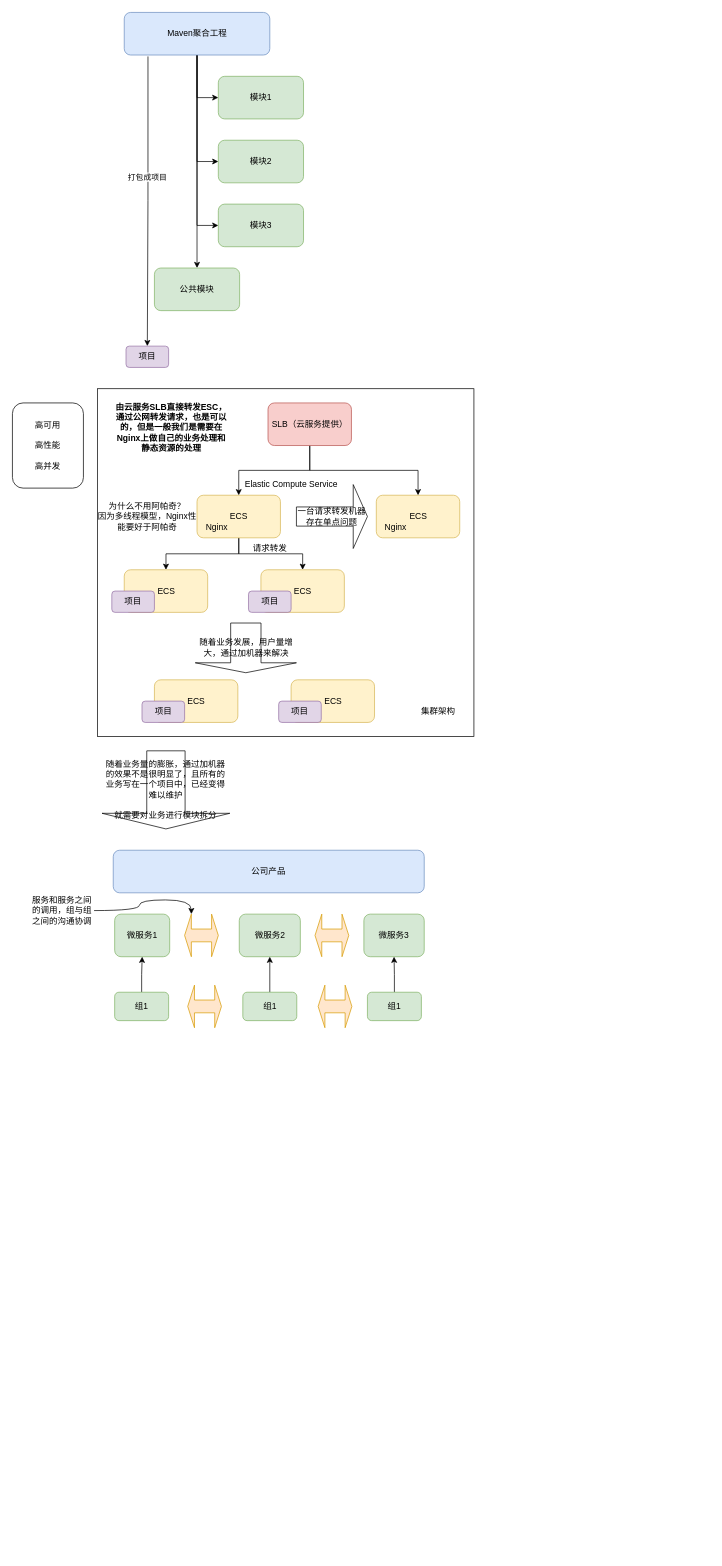
The draw.io diagram src/main/resources/sangao/三高架构及技术选型.drawio in zhansc/interview, before the edit. Source tidied: cells renumbered, new cells numbered last; positions are measured from the earlier drawing's top-left corner, leaving out a move shared by most shapes. Both pictures are drawn from the tidied source at 71%, with x=0, y=0 at pixel (12, 12).
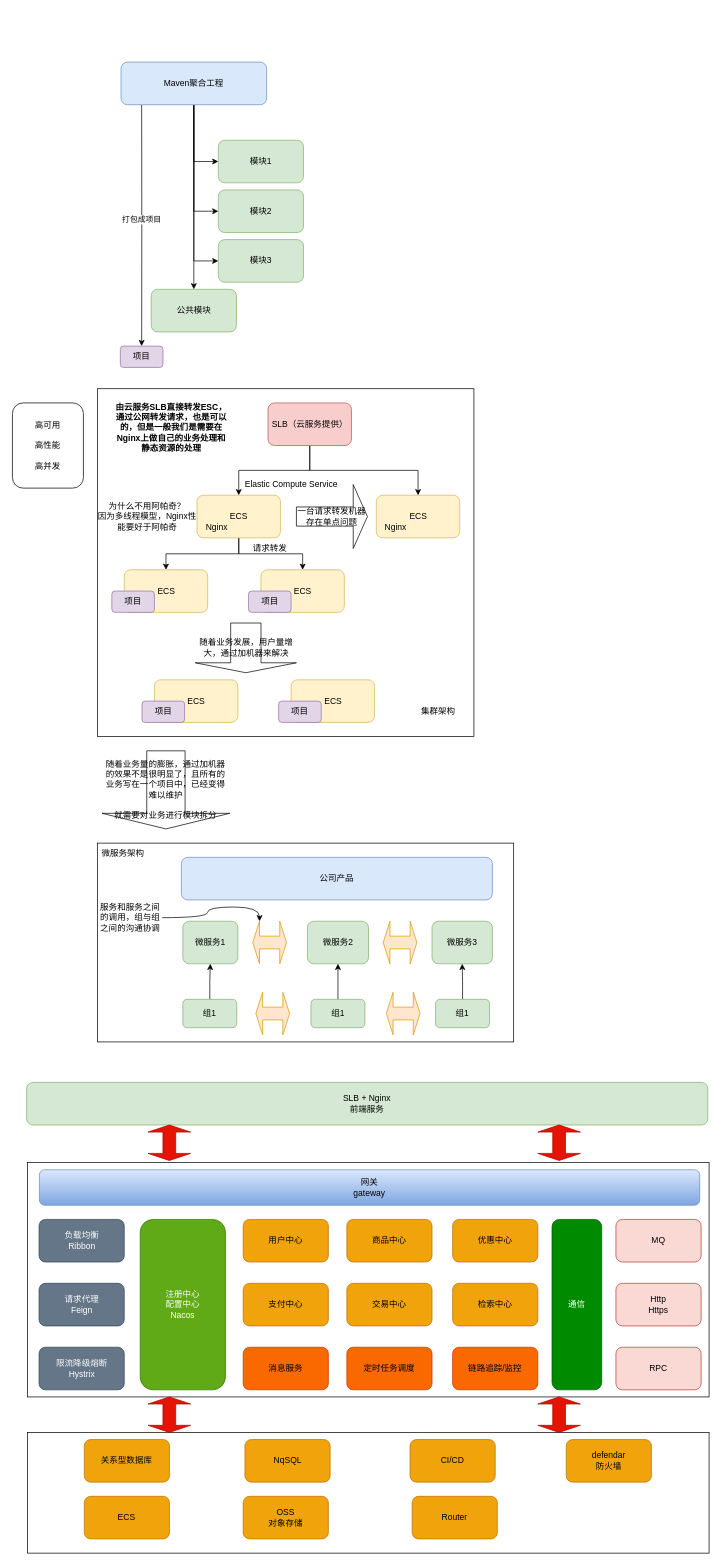
The same page after the edit.

Commit message:
增加整体架构图

Diff of the diagram source:
```diff
@@
+    <mxCell id="57" style="rounded=0;whiteSpace=wrap;html=1;" parent="1" vertex="1">
+      <mxGeometry x="21.2" y="1620" width="960" height="330" as="geometry" />
+    </mxCell>
+    <mxCell id="58" style="rounded=0;whiteSpace=wrap;html=1;" parent="1" vertex="1">
+      <mxGeometry x="21.2" y="2000" width="960" height="170" as="geometry" />
+    </mxCell>
+    <mxCell id="59" style="rounded=0;whiteSpace=wrap;html=1;" parent="1" vertex="1">
+      <mxGeometry x="120" y="1170" width="586" height="280" as="geometry" />
+    </mxCell>
@@
-    <mxCell id="7" style="edgeStyle=orthogonalEdgeStyle;rounded=0;jettySize=auto;html=1;exitX=0.163;exitY=1.033;exitDx=0;exitDy=0;exitPerimeter=0;" parent="1" edge="1" source="9" target="14">
-      <mxGeometry relative="1" as="geometry" />
+    <mxCell id="7" style="edgeStyle=orthogonalEdgeStyle;rounded=0;jettySize=auto;html=1;curved=1;" parent="1" edge="1" target="14">
+      <mxGeometry relative="1" as="geometry">
+        <mxPoint x="182" y="130" as="sourcePoint" />
+      </mxGeometry>
     </mxCell>
     <mxCell id="8" value="打包成项目" style="edgeLabel;html=1;align=center;verticalAlign=middle;" parent="7" vertex="1">
-      <mxGeometry x="-0.17" y="-1" relative="1" as="geometry" />
+      <mxGeometry x="-0.17" y="-1" relative="1" as="geometry">
+        <mxPoint y="20" as="offset" />
+      </mxGeometry>
     </mxCell>
     <mxCell id="9" value="Maven聚合工程" style="rounded=1;whiteSpace=wrap;html=1;fillColor=#dae8fc;strokeColor=#6c8ebf;" parent="1" vertex="1">
-      <mxGeometry x="157.5" width="205" height="60" as="geometry" />
+      <mxGeometry x="153" y="70" width="205" height="60" as="geometry" />
     </mxCell>
     <mxCell id="10" value="模块1" style="rounded=1;whiteSpace=wrap;html=1;fillColor=#d5e8d4;strokeColor=#82b366;" parent="1" vertex="1">
-      <mxGeometry x="290" y="90" width="120" height="60" as="geometry" />
+      <mxGeometry x="290" y="180" width="120" height="60" as="geometry" />
     </mxCell>
     <mxCell id="11" value="模块3" style="rounded=1;whiteSpace=wrap;html=1;fillColor=#d5e8d4;strokeColor=#82b366;" parent="1" vertex="1">
-      <mxGeometry x="290" y="270" width="120" height="60" as="geometry" />
+      <mxGeometry x="290" y="320" width="120" height="60" as="geometry" />
     </mxCell>
     <mxCell id="12" value="模块2" style="rounded=1;whiteSpace=wrap;html=1;fillColor=#d5e8d4;strokeColor=#82b366;" parent="1" vertex="1">
-      <mxGeometry x="290" y="180" width="120" height="60" as="geometry" />
+      <mxGeometry x="290" y="250" width="120" height="60" as="geometry" />
     </mxCell>
     <mxCell id="13" value="公共模块" style="rounded=1;whiteSpace=wrap;html=1;fillColor=#d5e8d4;strokeColor=#82b366;" parent="1" vertex="1">
-      <mxGeometry x="200" y="360" width="120" height="60" as="geometry" />
+      <mxGeometry x="195.5" y="390" width="120" height="60" as="geometry" />
     </mxCell>
     <mxCell id="14" value="项目" style="rounded=1;whiteSpace=wrap;html=1;fillColor=#e1d5e7;strokeColor=#9673a6;" parent="1" vertex="1">
-      <mxGeometry x="160" y="470" width="60" height="30" as="geometry" />
+      <mxGeometry x="152" y="470" width="60" height="30" as="geometry" />
     </mxCell>
@@
     <mxCell id="41" value="公司产品" style="rounded=1;whiteSpace=wrap;html=1;fillColor=#dae8fc;strokeColor=#6c8ebf;" parent="1" vertex="1">
-      <mxGeometry x="142" y="1180" width="438" height="60" as="geometry" />
+      <mxGeometry x="238" y="1190" width="438" height="60" as="geometry" />
     </mxCell>
     <mxCell id="42" value="微服务1" style="rounded=1;whiteSpace=wrap;html=1;fillColor=#d5e8d4;strokeColor=#82b366;" parent="1" vertex="1">
-      <mxGeometry x="144" y="1270" width="77.5" height="60" as="geometry" />
+      <mxGeometry x="240" y="1280" width="77.5" height="60" as="geometry" />
     </mxCell>
     <mxCell id="43" value="微服务3" style="rounded=1;whiteSpace=wrap;html=1;fillColor=#d5e8d4;strokeColor=#82b366;" parent="1" vertex="1">
-      <mxGeometry x="495" y="1270" width="85" height="60" as="geometry" />
+      <mxGeometry x="591" y="1280" width="85" height="60" as="geometry" />
     </mxCell>
     <mxCell id="44" value="微服务2" style="rounded=1;whiteSpace=wrap;html=1;fillColor=#d5e8d4;strokeColor=#82b366;" parent="1" vertex="1">
-      <mxGeometry x="319.5" y="1270" width="86" height="60" as="geometry" />
+      <mxGeometry x="415.5" y="1280" width="86" height="60" as="geometry" />
     </mxCell>
     <mxCell id="45" style="shape=doubleArrow;whiteSpace=wrap;html=1;fillColor=#ffe6cc;strokeColor=#d79b00;" parent="1" vertex="1">
-      <mxGeometry x="242.5" y="1270" width="47.5" height="60" as="geometry" />
+      <mxGeometry x="338.5" y="1280" width="47.5" height="60" as="geometry" />
     </mxCell>
     <mxCell id="46" style="shape=doubleArrow;whiteSpace=wrap;html=1;fillColor=#ffe6cc;strokeColor=#d79b00;" parent="1" vertex="1">
-      <mxGeometry x="426.2" y="1270" width="47.5" height="60" as="geometry" />
+      <mxGeometry x="522.2" y="1280" width="47.5" height="60" as="geometry" />
     </mxCell>
@@
     <mxCell id="48" value="组1" style="rounded=1;whiteSpace=wrap;html=1;fillColor=#d5e8d4;strokeColor=#82b366;" parent="1" vertex="1">
-      <mxGeometry x="144" y="1380" width="76" height="40" as="geometry" />
+      <mxGeometry x="240" y="1390" width="76" height="40" as="geometry" />
     </mxCell>
@@
     <mxCell id="50" value="组1" style="rounded=1;whiteSpace=wrap;html=1;fillColor=#d5e8d4;strokeColor=#82b366;" parent="1" vertex="1">
-      <mxGeometry x="500" y="1380" width="76" height="40" as="geometry" />
+      <mxGeometry x="596" y="1390" width="76" height="40" as="geometry" />
     </mxCell>
@@
     <mxCell id="52" value="组1" style="rounded=1;whiteSpace=wrap;html=1;fillColor=#d5e8d4;strokeColor=#82b366;" parent="1" vertex="1">
-      <mxGeometry x="324.5" y="1380" width="76" height="40" as="geometry" />
+      <mxGeometry x="420.5" y="1390" width="76" height="40" as="geometry" />
     </mxCell>
     <mxCell id="53" style="shape=doubleArrow;whiteSpace=wrap;html=1;fillColor=#ffe6cc;strokeColor=#d79b00;" parent="1" vertex="1">
-      <mxGeometry x="246.9" y="1370" width="47.5" height="60" as="geometry" />
+      <mxGeometry x="342.9" y="1380" width="47.5" height="60" as="geometry" />
     </mxCell>
     <mxCell id="54" style="shape=doubleArrow;whiteSpace=wrap;html=1;fillColor=#ffe6cc;strokeColor=#d79b00;" parent="1" vertex="1">
-      <mxGeometry x="430.6" y="1370" width="47.5" height="60" as="geometry" />
+      <mxGeometry x="526.6" y="1380" width="47.5" height="60" as="geometry" />
     </mxCell>
@@
     <mxCell id="56" value="服务和服务之间的调用，组与组之间的沟通协调" style="text;html=1;strokeColor=none;fillColor=none;align=center;verticalAlign=middle;whiteSpace=wrap;rounded=0;" parent="1" vertex="1">
-      <mxGeometry x="25" y="1230" width="90" height="70" as="geometry" />
+      <mxGeometry x="121" y="1240" width="90" height="70" as="geometry" />
     </mxCell>
+    <mxCell id="60" value="微服务架构" style="text;html=1;strokeColor=none;fillColor=none;align=center;verticalAlign=middle;whiteSpace=wrap;rounded=0;" parent="1" vertex="1">
+      <mxGeometry x="121" y="1170" width="70" height="30" as="geometry" />
+    </mxCell>
+    <mxCell id="61" value="SLB + Nginx&lt;br&gt;前端服务" style="rounded=1;whiteSpace=wrap;html=1;fillColor=#d5e8d4;strokeColor=#82b366;" parent="1" vertex="1">
+      <mxGeometry x="20" y="1507" width="959.4" height="60" as="geometry" />
+    </mxCell>
+    <mxCell id="62" value="网关&lt;br&gt;gateway" style="rounded=1;whiteSpace=wrap;html=1;fillColor=#dae8fc;strokeColor=#6c8ebf;gradientColor=#7ea6e0;" parent="1" vertex="1">
+      <mxGeometry x="38" y="1630" width="930" height="50" as="geometry" />
+    </mxCell>
+    <mxCell id="63" value="负载均衡&lt;br&gt;Ribbon" style="rounded=1;whiteSpace=wrap;html=1;fillColor=#647687;fontColor=#ffffff;strokeColor=#314354;" parent="1" vertex="1">
+      <mxGeometry x="37.5" y="1700" width="120" height="60" as="geometry" />
+    </mxCell>
+    <mxCell id="64" value="请求代理&lt;br&gt;Feign" style="rounded=1;whiteSpace=wrap;html=1;fillColor=#647687;fontColor=#ffffff;strokeColor=#314354;" parent="1" vertex="1">
+      <mxGeometry x="37.5" y="1790" width="120" height="60" as="geometry" />
+    </mxCell>
+    <mxCell id="65" value="限流降级熔断&lt;br&gt;Hystrix" style="rounded=1;whiteSpace=wrap;html=1;fillColor=#647687;fontColor=#ffffff;strokeColor=#314354;" parent="1" vertex="1">
+      <mxGeometry x="37.5" y="1880" width="120" height="60" as="geometry" />
+    </mxCell>
+    <mxCell id="66" value="注册中心&lt;br&gt;配置中心&lt;br&gt;Nacos" style="rounded=1;whiteSpace=wrap;html=1;fillColor=#60a917;fontColor=#ffffff;strokeColor=#2D7600;" parent="1" vertex="1">
+      <mxGeometry x="180" y="1700" width="120" height="240" as="geometry" />
+    </mxCell>
+    <mxCell id="67" value="用户中心" style="rounded=1;whiteSpace=wrap;html=1;fillColor=#f0a30a;fontColor=#000000;strokeColor=#BD7000;" parent="1" vertex="1">
+      <mxGeometry x="325" y="1700" width="120" height="60" as="geometry" />
+    </mxCell>
+    <mxCell id="68" value="定时任务调度" style="rounded=1;whiteSpace=wrap;html=1;fillColor=#fa6800;fontColor=#000000;strokeColor=#C73500;" parent="1" vertex="1">
+      <mxGeometry x="471" y="1880" width="120" height="60" as="geometry" />
+    </mxCell>
+    <mxCell id="69" value="交易中心" style="rounded=1;whiteSpace=wrap;html=1;fillColor=#f0a30a;fontColor=#000000;strokeColor=#BD7000;" parent="1" vertex="1">
+      <mxGeometry x="471" y="1790" width="120" height="60" as="geometry" />
+    </mxCell>
+    <mxCell id="70" value="商品中心" style="rounded=1;whiteSpace=wrap;html=1;fillColor=#f0a30a;fontColor=#000000;strokeColor=#BD7000;" parent="1" vertex="1">
+      <mxGeometry x="471" y="1700" width="120" height="60" as="geometry" />
+    </mxCell>
+    <mxCell id="71" value="消息服务" style="rounded=1;whiteSpace=wrap;html=1;fillColor=#fa6800;fontColor=#000000;strokeColor=#C73500;" parent="1" vertex="1">
+      <mxGeometry x="325" y="1880" width="120" height="60" as="geometry" />
+    </mxCell>
+    <mxCell id="72" value="支付中心" style="rounded=1;whiteSpace=wrap;html=1;fillColor=#f0a30a;fontColor=#000000;strokeColor=#BD7000;" parent="1" vertex="1">
+      <mxGeometry x="325" y="1790" width="120" height="60" as="geometry" />
+    </mxCell>
+    <mxCell id="73" value="链路追踪/监控" style="rounded=1;whiteSpace=wrap;html=1;fillColor=#fa6800;fontColor=#000000;strokeColor=#C73500;" parent="1" vertex="1">
+      <mxGeometry x="620" y="1880" width="120" height="60" as="geometry" />
+    </mxCell>
+    <mxCell id="74" value="检索中心" style="rounded=1;whiteSpace=wrap;html=1;fillColor=#f0a30a;fontColor=#000000;strokeColor=#BD7000;" parent="1" vertex="1">
+      <mxGeometry x="620" y="1790" width="120" height="60" as="geometry" />
+    </mxCell>
+    <mxCell id="75" value="优惠中心" style="rounded=1;whiteSpace=wrap;html=1;fillColor=#f0a30a;fontColor=#000000;strokeColor=#BD7000;" parent="1" vertex="1">
+      <mxGeometry x="620" y="1700" width="120" height="60" as="geometry" />
+    </mxCell>
+    <mxCell id="76" value="通信" style="rounded=1;whiteSpace=wrap;html=1;fillColor=#008a00;fontColor=#ffffff;strokeColor=#005700;" parent="1" vertex="1">
+      <mxGeometry x="760" y="1700" width="70" height="240" as="geometry" />
+    </mxCell>
+    <mxCell id="77" value="MQ" style="rounded=1;whiteSpace=wrap;html=1;fillColor=#fad9d5;strokeColor=#ae4132;" parent="1" vertex="1">
+      <mxGeometry x="850" y="1700" width="120" height="60" as="geometry" />
+    </mxCell>
+    <mxCell id="78" value="Http&lt;br&gt;Https" style="rounded=1;whiteSpace=wrap;html=1;fillColor=#fad9d5;strokeColor=#ae4132;" parent="1" vertex="1">
+      <mxGeometry x="850" y="1790" width="120" height="60" as="geometry" />
+    </mxCell>
+    <mxCell id="79" value="RPC" style="rounded=1;whiteSpace=wrap;html=1;fillColor=#fad9d5;strokeColor=#ae4132;" parent="1" vertex="1">
+      <mxGeometry x="850" y="1880" width="120" height="60" as="geometry" />
+    </mxCell>
+    <mxCell id="80" style="shape=doubleArrow;direction=south;whiteSpace=wrap;html=1;fillColor=#e51400;fontColor=#ffffff;strokeColor=#B20000;" parent="1" vertex="1">
+      <mxGeometry x="191" y="1567" width="60" height="50" as="geometry" />
+    </mxCell>
+    <mxCell id="81" style="shape=doubleArrow;direction=south;whiteSpace=wrap;html=1;fillColor=#e51400;fontColor=#ffffff;strokeColor=#B20000;" parent="1" vertex="1">
+      <mxGeometry x="740" y="1567" width="60" height="50" as="geometry" />
+    </mxCell>
+    <mxCell id="82" value="NqSQL" style="rounded=1;whiteSpace=wrap;html=1;fillColor=#f0a30a;fontColor=#000000;strokeColor=#BD7000;" parent="1" vertex="1">
+      <mxGeometry x="327.5" y="2010" width="120" height="60" as="geometry" />
+    </mxCell>
+    <mxCell id="83" value="关系型数据库" style="rounded=1;whiteSpace=wrap;html=1;fillColor=#f0a30a;fontColor=#000000;strokeColor=#BD7000;" parent="1" vertex="1">
+      <mxGeometry x="101.2" y="2010" width="120" height="60" as="geometry" />
+    </mxCell>
+    <mxCell id="84" value="CI/CD" style="rounded=1;whiteSpace=wrap;html=1;fillColor=#f0a30a;fontColor=#000000;strokeColor=#BD7000;" parent="1" vertex="1">
+      <mxGeometry x="560" y="2010" width="120" height="60" as="geometry" />
+    </mxCell>
+    <mxCell id="85" value="OSS&lt;br&gt;对象存储" style="rounded=1;whiteSpace=wrap;html=1;fillColor=#f0a30a;fontColor=#000000;strokeColor=#BD7000;" parent="1" vertex="1">
+      <mxGeometry x="325" y="2090" width="120" height="60" as="geometry" />
+    </mxCell>
+    <mxCell id="86" value="ECS" style="rounded=1;whiteSpace=wrap;html=1;fillColor=#f0a30a;fontColor=#000000;strokeColor=#BD7000;" parent="1" vertex="1">
+      <mxGeometry x="101.2" y="2090" width="120" height="60" as="geometry" />
+    </mxCell>
+    <mxCell id="87" value="Router" style="rounded=1;whiteSpace=wrap;html=1;fillColor=#f0a30a;fontColor=#000000;strokeColor=#BD7000;" parent="1" vertex="1">
+      <mxGeometry x="563" y="2090" width="120" height="60" as="geometry" />
+    </mxCell>
+    <mxCell id="88" style="shape=doubleArrow;direction=south;whiteSpace=wrap;html=1;fillColor=#e51400;fontColor=#ffffff;strokeColor=#B20000;" parent="1" vertex="1">
+      <mxGeometry x="191" y="1950" width="60" height="50" as="geometry" />
+    </mxCell>
+    <mxCell id="89" style="shape=doubleArrow;direction=south;whiteSpace=wrap;html=1;fillColor=#e51400;fontColor=#ffffff;strokeColor=#B20000;" parent="1" vertex="1">
+      <mxGeometry x="740" y="1950" width="60" height="50" as="geometry" />
+    </mxCell>
+    <mxCell id="90" value="defendar&lt;br&gt;防火墙" style="rounded=1;whiteSpace=wrap;html=1;fillColor=#f0a30a;fontColor=#000000;strokeColor=#BD7000;" parent="1" vertex="1">
+      <mxGeometry x="780" y="2010" width="120" height="60" as="geometry" />
+    </mxCell>
```
